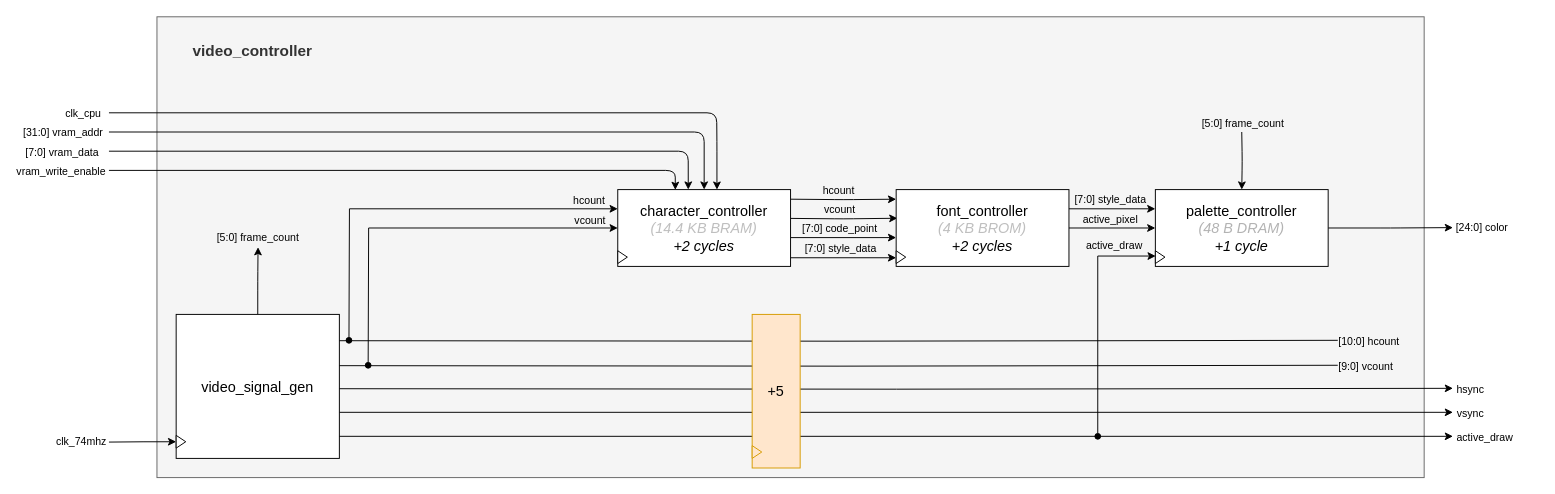
This is docs/diagrams/video_pipeline.drawio from kosinw/orca, a draw.io file, before an edit. Source tidied: cells renumbered, new cells numbered last; positions are measured from the earlier drawing's top-left corner, leaving out a move shared by most shapes. Both pictures are drawn from the tidied source at 96%, with x=0, y=0 at pixel (108, 16).
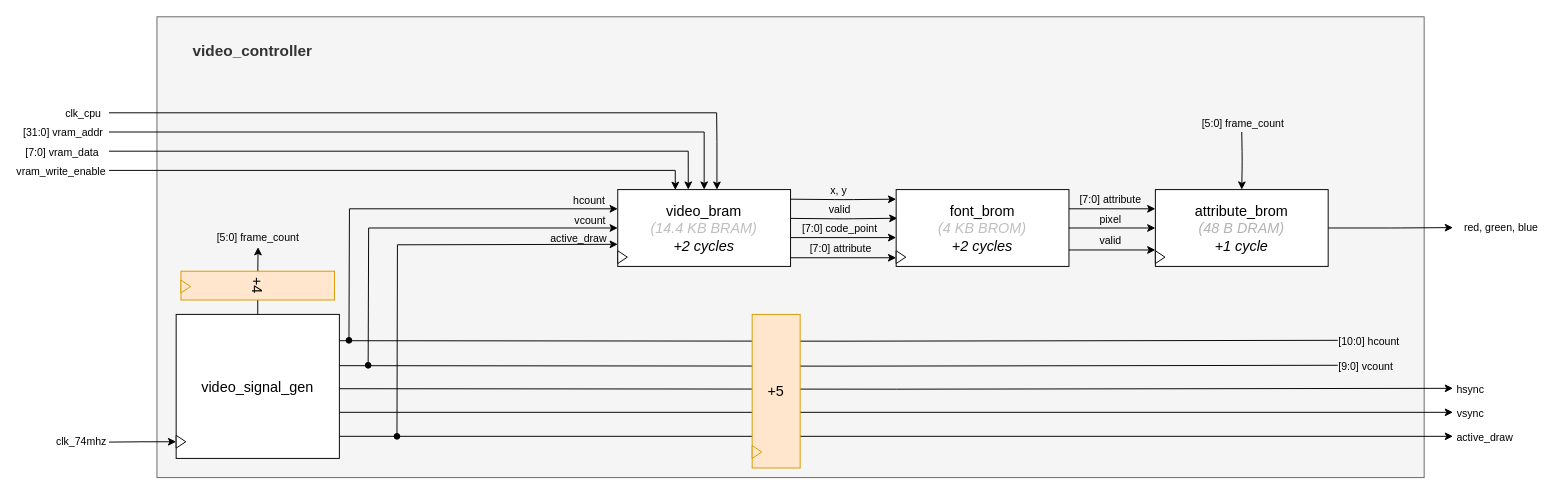
The same diagram, later.

Unchanged cells that the change refers to:
```xml
<mxCell id="32" style="edgeStyle=orthogonalEdgeStyle;jettySize=auto;html=1;exitX=1;exitY=0.25;exitDx=0;exitDy=0;entryX=0;entryY=0.125;entryDx=0;entryDy=0;entryPerimeter=0;" parent="1" edge="1" target="43">
  <mxGeometry relative="1" as="geometry">
    <mxPoint x="710" y="190" as="sourcePoint" />
  </mxGeometry>
</mxCell>
<mxCell id="34" style="edgeStyle=orthogonalEdgeStyle;jettySize=auto;html=1;exitX=1;exitY=0.5;exitDx=0;exitDy=0;entryX=0.007;entryY=0.373;entryDx=0;entryDy=0;entryPerimeter=0;" parent="1" edge="1" target="43">
  <mxGeometry relative="1" as="geometry">
    <mxPoint x="710" y="210" as="sourcePoint" />
  </mxGeometry>
</mxCell>
<mxCell id="38" style="edgeStyle=orthogonalEdgeStyle;orthogonalLoop=1;jettySize=auto;html=1;exitX=1;exitY=0.75;exitDx=0;exitDy=0;entryX=0;entryY=0.75;entryDx=0;entryDy=0;" parent="1" edge="1">
  <mxGeometry relative="1" as="geometry">
    <mxPoint x="710" y="251" as="sourcePoint" />
    <mxPoint x="820" y="251" as="targetPoint" />
  </mxGeometry>
</mxCell>
<mxCell id="42" style="group;" parent="1" vertex="1">
  <mxGeometry x="820" y="180" width="180" height="80" as="geometry" />
</mxCell>
<mxCell id="47" style="edgeStyle=orthogonalEdgeStyle;jettySize=auto;html=1;exitX=1;exitY=0.5;exitDx=0;exitDy=0;" parent="1" edge="1" source="49">
  <mxGeometry relative="1" as="geometry">
    <mxPoint x="1400" y="219.6" as="targetPoint" />
  </mxGeometry>
</mxCell>
<mxCell id="50" style="edgeStyle=orthogonalEdgeStyle;jettySize=auto;html=1;exitX=1;exitY=0.25;exitDx=0;exitDy=0;entryX=0;entryY=0.25;entryDx=0;entryDy=0;" parent="1" edge="1" source="43" target="49">
  <mxGeometry relative="1" as="geometry" />
</mxCell>
<mxCell id="54" style="edgeStyle=orthogonalEdgeStyle;jettySize=auto;html=1;exitX=1;exitY=0.5;exitDx=0;exitDy=0;entryX=0;entryY=0.5;entryDx=0;entryDy=0;" parent="1" edge="1" source="43" target="49">
  <mxGeometry relative="1" as="geometry" />
</mxCell>
```

Change to the diagram source:
```diff
@@
-    <mxCell id="24" style="edgeStyle=orthogonalEdgeStyle;jettySize=auto;html=1;exitX=0.5;exitY=0;exitDx=0;exitDy=0;endArrow=none;endFill=0;startArrow=classic;startFill=1;" parent="1" edge="1" source="40">
+    <mxCell id="24" style="edgeStyle=orthogonalEdgeStyle;jettySize=auto;html=1;exitX=0.5;exitY=0;exitDx=0;exitDy=0;endArrow=none;endFill=0;startArrow=classic;startFill=1;rounded=0;" parent="1" edge="1" source="40">
       <mxGeometry relative="1" as="geometry">
         <mxPoint y="120" as="targetPoint" />
         <Array as="points">
           <mxPoint x="620" y="120" />
         </Array>
       </mxGeometry>
     </mxCell>
@@
-    <mxCell id="26" style="edgeStyle=orthogonalEdgeStyle;jettySize=auto;html=1;exitX=0.408;exitY=0;exitDx=0;exitDy=0;endArrow=none;endFill=0;exitPerimeter=0;startArrow=classic;startFill=1;" parent="1" edge="1" source="40">
+    <mxCell id="26" style="edgeStyle=orthogonalEdgeStyle;jettySize=auto;html=1;exitX=0.408;exitY=0;exitDx=0;exitDy=0;endArrow=none;endFill=0;exitPerimeter=0;startArrow=classic;startFill=1;rounded=0;" parent="1" edge="1" source="40">
       <mxGeometry relative="1" as="geometry">
         <mxPoint y="140" as="targetPoint" />
         <Array as="points">
           <mxPoint x="603" y="140" />
         </Array>
       </mxGeometry>
     </mxCell>
@@
-    <mxCell id="28" style="edgeStyle=orthogonalEdgeStyle;jettySize=auto;html=1;exitX=0.574;exitY=0.001;exitDx=0;exitDy=0;endArrow=none;endFill=0;exitPerimeter=0;startArrow=classic;startFill=1;" parent="1" edge="1" source="40">
+    <mxCell id="28" style="edgeStyle=orthogonalEdgeStyle;jettySize=auto;html=1;exitX=0.574;exitY=0.001;exitDx=0;exitDy=0;endArrow=none;endFill=0;exitPerimeter=0;startArrow=classic;startFill=1;rounded=0;" parent="1" edge="1" source="40">
       <mxGeometry relative="1" as="geometry">
         <mxPoint y="100" as="targetPoint" />
         <Array as="points">
           <mxPoint x="633" y="130" />
           <mxPoint x="633" y="80" />
         </Array>
       </mxGeometry>
     </mxCell>
@@
-    <mxCell id="30" style="edgeStyle=orthogonalEdgeStyle;jettySize=auto;html=1;exitX=0.333;exitY=0.004;exitDx=0;exitDy=0;exitPerimeter=0;endArrow=none;endFill=0;startArrow=classic;startFill=1;" parent="1" edge="1" source="40">
+    <mxCell id="30" style="edgeStyle=orthogonalEdgeStyle;jettySize=auto;html=1;exitX=0.333;exitY=0.004;exitDx=0;exitDy=0;exitPerimeter=0;endArrow=none;endFill=0;startArrow=classic;startFill=1;rounded=0;" parent="1" edge="1" source="40">
       <mxGeometry relative="1" as="geometry">
         <mxPoint y="160" as="targetPoint" />
         <Array as="points">
           <mxPoint x="590" y="160" />
         </Array>
       </mxGeometry>
     </mxCell>
@@
-    <mxCell id="33" value="hcount" style="edgeLabel;html=1;align=center;verticalAlign=middle;labelBackgroundColor=none;" parent="32" vertex="1">
+    <mxCell id="33" value="x, y" style="edgeLabel;html=1;align=center;verticalAlign=middle;labelBackgroundColor=none;" parent="32" vertex="1">
       <mxGeometry x="-0.51" relative="1" as="geometry">
         <mxPoint x="23" y="-10" as="offset" />
       </mxGeometry>
     </mxCell>
@@
-    <mxCell id="35" value="vcount" style="edgeLabel;html=1;align=center;verticalAlign=middle;labelBackgroundColor=none;" parent="34" vertex="1">
+    <mxCell id="35" value="valid" style="edgeLabel;html=1;align=center;verticalAlign=middle;labelBackgroundColor=none;" parent="34" vertex="1">
       <mxGeometry x="-0.1" y="2" relative="1" as="geometry">
         <mxPoint y="-8" as="offset" />
       </mxGeometry>
     </mxCell>
@@
-    <mxCell id="39" value="[7:0] style_data" style="edgeLabel;html=1;align=center;verticalAlign=middle;labelBackgroundColor=none;" parent="38" vertex="1">
+    <mxCell id="39" value="[7:0] attribute" style="edgeLabel;html=1;align=center;verticalAlign=middle;labelBackgroundColor=none;" parent="38" vertex="1">
       <mxGeometry x="0.03" y="-2" relative="1" as="geometry">
         <mxPoint x="-6" y="-13" as="offset" />
       </mxGeometry>
     </mxCell>
+    <mxCell id="59" style="edgeStyle=orthogonalEdgeStyle;orthogonalLoop=1;jettySize=auto;html=1;exitX=0;exitY=0.75;exitDx=0;exitDy=0;endArrow=oval;endFill=1;startArrow=classic;startFill=1;rounded=0;" parent="1" edge="1">
+      <mxGeometry relative="1" as="geometry">
+        <mxPoint x="530" y="237" as="sourcePoint" />
+        <mxPoint x="300" y="437" as="targetPoint" />
+      </mxGeometry>
+    </mxCell>
+    <mxCell id="46" value="active_draw" style="edgeLabel;html=1;align=center;verticalAlign=middle;labelBackgroundColor=none;" parent="59" vertex="1">
+      <mxGeometry x="-0.81" y="1" relative="1" as="geometry">
+        <mxPoint x="-1" y="-8" as="offset" />
+      </mxGeometry>
+    </mxCell>
-    <mxCell id="40" value="character_controller&lt;br&gt;&lt;i&gt;&lt;font color=&quot;#bfbfbf&quot;&gt;(14.4 KB BRAM)&lt;/font&gt;&lt;/i&gt;&lt;br&gt;&lt;i&gt;+2 cycles&lt;/i&gt;" style="rounded=0;whiteSpace=wrap;html=1;fontSize=15;" parent="1" vertex="1">
+    <mxCell id="40" value="video_bram&lt;br&gt;&lt;i&gt;&lt;font color=&quot;#bfbfbf&quot;&gt;(14.4 KB BRAM)&lt;/font&gt;&lt;/i&gt;&lt;br&gt;&lt;i&gt;+2 cycles&lt;/i&gt;" style="rounded=0;whiteSpace=wrap;html=1;fontSize=15;" parent="1" vertex="1">
       <mxGeometry x="530" y="180" width="180" height="80" as="geometry" />
     </mxCell>
@@
-    <mxCell id="43" value="font_controller&lt;br&gt;&lt;i&gt;&lt;font color=&quot;#bfbfbf&quot;&gt;(4 KB BROM)&lt;/font&gt;&lt;/i&gt;&lt;br&gt;&lt;i&gt;+2 cycles&lt;/i&gt;" style="rounded=0;whiteSpace=wrap;html=1;fontSize=15;" parent="42" vertex="1">
+    <mxCell id="43" value="font_brom&lt;br&gt;&lt;i&gt;&lt;font color=&quot;#bfbfbf&quot;&gt;(4 KB BROM)&lt;/font&gt;&lt;/i&gt;&lt;br&gt;&lt;i&gt;+2 cycles&lt;/i&gt;" style="rounded=0;whiteSpace=wrap;html=1;fontSize=15;" parent="42" vertex="1">
       <mxGeometry width="180" height="80" as="geometry" />
     </mxCell>
@@
-    <mxCell id="45" style="edgeStyle=orthogonalEdgeStyle;jettySize=auto;html=1;exitX=0.002;exitY=0.865;exitDx=0;exitDy=0;endArrow=oval;endFill=1;exitPerimeter=0;startArrow=classic;startFill=1;rounded=0;" parent="1" edge="1" source="49">
-      <mxGeometry relative="1" as="geometry">
-        <mxPoint x="1030" y="437" as="targetPoint" />
-        <Array as="points">
-          <mxPoint x="1030" y="249" />
-        </Array>
-      </mxGeometry>
-    </mxCell>
-    <mxCell id="46" value="active_draw" style="edgeLabel;html=1;align=center;verticalAlign=middle;fontColor=default;labelBackgroundColor=none;" parent="45" vertex="1">
-      <mxGeometry x="-0.83" relative="1" as="geometry">
-        <mxPoint x="-23" y="-12" as="offset" />
-      </mxGeometry>
-    </mxCell>
@@
-    <mxCell id="48" value="[24:0] color" style="edgeLabel;html=1;align=center;verticalAlign=middle;" parent="47" vertex="1">
+    <mxCell id="48" value="red, green, blue" style="edgeLabel;html=1;align=center;verticalAlign=middle;" parent="47" vertex="1">
       <mxGeometry x="0.92" y="-1" relative="1" as="geometry">
-        <mxPoint x="35" y="-1" as="offset" />
+        <mxPoint x="55" y="-1" as="offset" />
       </mxGeometry>
     </mxCell>
-    <mxCell id="49" value="palette_controller&lt;br&gt;&lt;div&gt;&lt;i&gt;&lt;font color=&quot;#b3b3b3&quot;&gt;(48 B DRAM)&lt;/font&gt;&lt;/i&gt;&lt;/div&gt;&lt;div&gt;&lt;i&gt;+1 cycle&lt;br&gt;&lt;/i&gt;&lt;/div&gt;" style="rounded=0;whiteSpace=wrap;html=1;fontSize=15;" parent="1" vertex="1">
+    <mxCell id="49" value="attribute_brom&lt;br&gt;&lt;div&gt;&lt;i&gt;&lt;font color=&quot;#b3b3b3&quot;&gt;(48 B DRAM)&lt;/font&gt;&lt;/i&gt;&lt;/div&gt;&lt;div&gt;&lt;i&gt;+1 cycle&lt;br&gt;&lt;/i&gt;&lt;/div&gt;" style="rounded=0;whiteSpace=wrap;html=1;fontSize=15;" parent="1" vertex="1">
       <mxGeometry x="1090" y="180" width="180" height="80" as="geometry" />
     </mxCell>
@@
-    <mxCell id="51" value="[7:0] style_data" style="edgeLabel;html=1;align=center;verticalAlign=middle;labelBackgroundColor=none;" parent="50" vertex="1">
+    <mxCell id="51" value="[7:0] attribute" style="edgeLabel;html=1;align=center;verticalAlign=middle;labelBackgroundColor=none;" parent="50" vertex="1">
       <mxGeometry x="0.24" y="-2" relative="1" as="geometry">
         <mxPoint x="-14" y="-13" as="offset" />
       </mxGeometry>
     </mxCell>
@@
-    <mxCell id="55" value="active_pixel" style="edgeLabel;html=1;align=center;verticalAlign=middle;labelBackgroundColor=none;" parent="54" vertex="1">
+    <mxCell id="55" value="pixel" style="edgeLabel;html=1;align=center;verticalAlign=middle;labelBackgroundColor=none;" parent="54" vertex="1">
       <mxGeometry x="0.23" y="1" relative="1" as="geometry">
         <mxPoint x="-13" y="-9" as="offset" />
       </mxGeometry>
     </mxCell>
+    <mxCell id="58" style="triangle;whiteSpace=wrap;html=1;rounded=0;rotation=0;" parent="1" vertex="1">
+      <mxGeometry x="1090" y="243.7" width="10" height="13.3" as="geometry" />
+    </mxCell>
+    <mxCell id="60" value="+4" style="rounded=0;whiteSpace=wrap;html=1;fillColor=#ffe6cc;strokeColor=#d79b00;fontSize=15;rotation=90;" parent="1" vertex="1">
+      <mxGeometry x="140" y="200" width="30" height="160" as="geometry" />
+    </mxCell>
+    <mxCell id="61" style="triangle;whiteSpace=wrap;html=1;rounded=0;fillColor=#ffe6cc;strokeColor=#d79b00;" parent="1" vertex="1">
+      <mxGeometry x="75" y="274.3" width="10" height="13.3" as="geometry" />
+    </mxCell>
+    <mxCell id="62" style="group;" parent="1" vertex="1">
+      <mxGeometry x="670" y="310" width="50" height="160" as="geometry" />
+    </mxCell>
-    <mxCell id="56" value="+5" style="rounded=0;whiteSpace=wrap;html=1;fillColor=#ffe6cc;strokeColor=#d79b00;fontSize=15;" parent="1" vertex="1">
-      <mxGeometry x="670" y="310" width="50" height="160" as="geometry" />
+    <mxCell id="56" value="+5" style="rounded=0;whiteSpace=wrap;html=1;fillColor=#ffe6cc;strokeColor=#d79b00;fontSize=15;" parent="62" vertex="1">
+      <mxGeometry width="50" height="160" as="geometry" />
     </mxCell>
-    <mxCell id="57" style="triangle;whiteSpace=wrap;html=1;rounded=0;fillColor=#ffe6cc;strokeColor=#d79b00;" parent="1" vertex="1">
-      <mxGeometry x="670" y="446.7" width="10" height="13.3" as="geometry" />
+    <mxCell id="57" style="triangle;whiteSpace=wrap;html=1;rounded=0;fillColor=#ffe6cc;strokeColor=#d79b00;" parent="62" vertex="1">
+      <mxGeometry y="136.7" width="10" height="13.3" as="geometry" />
     </mxCell>
-    <mxCell id="58" style="triangle;whiteSpace=wrap;html=1;rounded=0;rotation=0;" parent="1" vertex="1">
-      <mxGeometry x="1090" y="243.7" width="10" height="13.3" as="geometry" />
-    </mxCell>
+    <mxCell id="63" style="edgeStyle=orthogonalEdgeStyle;orthogonalLoop=1;jettySize=auto;html=1;exitX=0.5;exitY=1;exitDx=0;exitDy=0;" parent="62" edge="1" source="56" target="56">
+      <mxGeometry relative="1" as="geometry" />
+    </mxCell>
+    <mxCell id="64" style="edgeStyle=orthogonalEdgeStyle;orthogonalLoop=1;jettySize=auto;html=1;exitX=1;exitY=0.5;exitDx=0;exitDy=0;entryX=0;entryY=0.5;entryDx=0;entryDy=0;" parent="1" edge="1">
+      <mxGeometry relative="1" as="geometry">
+        <mxPoint x="1000" y="242.9" as="sourcePoint" />
+        <mxPoint x="1090" y="242.9" as="targetPoint" />
+      </mxGeometry>
+    </mxCell>
+    <mxCell id="65" value="valid" style="edgeLabel;html=1;align=center;verticalAlign=middle;labelBackgroundColor=none;" parent="64" vertex="1">
+      <mxGeometry x="0.23" y="1" relative="1" as="geometry">
+        <mxPoint x="-13" y="-9" as="offset" />
+      </mxGeometry>
+    </mxCell>
```
